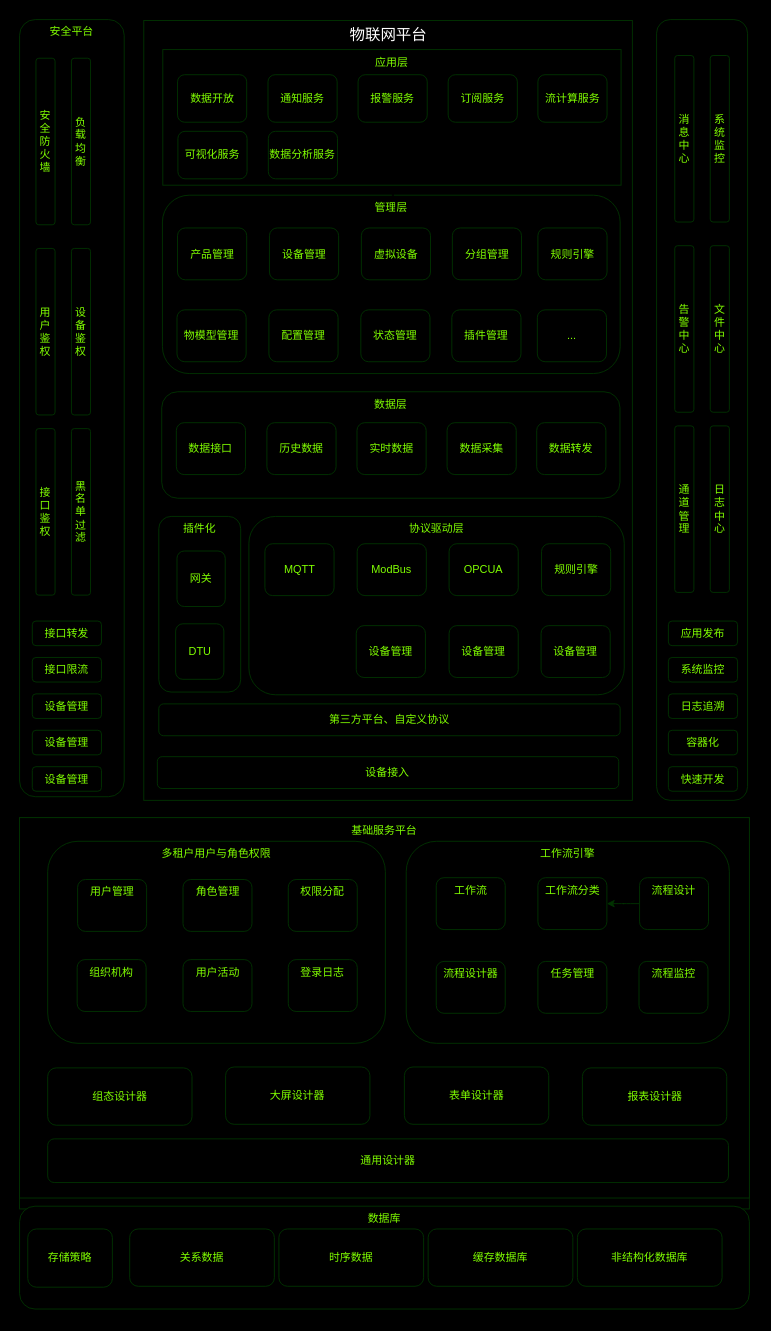
Earlier version of the draw.io diagram 未命名绘图.drawio (jacobhuang/api-doc). Source tidied: cells renumbered, new cells numbered last; positions are measured from the earlier drawing's top-left corner, leaving out a move shared by most shapes. Both pictures are drawn from the tidied source at 91%, with x=0, y=0 at pixel (19, 19).
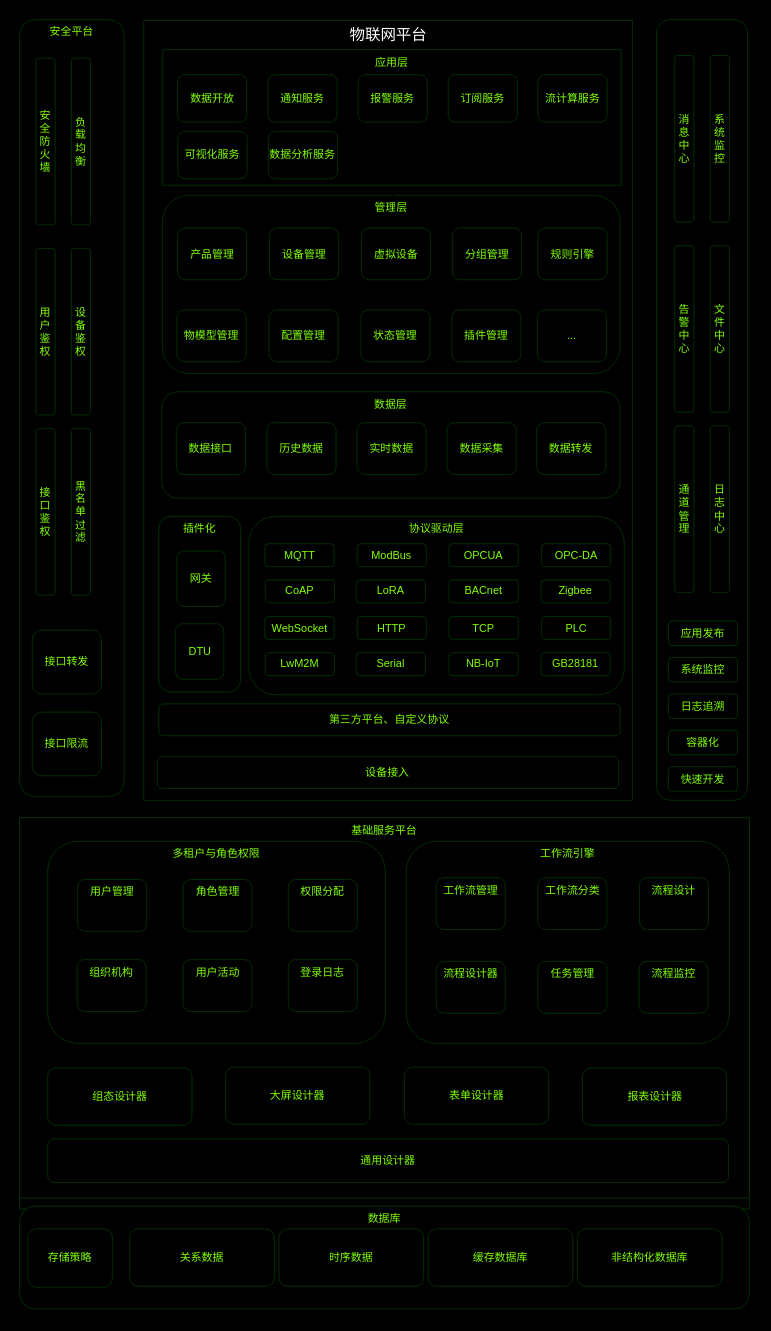
After the change.

Commit message:
物联网平台V1.2.drawio

Unchanged cells that the change refers to:
```xml
<mxCell id="29" style="group;rounded=0;strokeColor=#003300;align=center;verticalAlign=middle;fontFamily=Helvetica;fontSize=12;fontColor=#80FF00;fillColor=#000000;" parent="1" vertex="1">
  <mxGeometry y="877" width="802" height="430" as="geometry" />
</mxCell>
<mxCell id="40" value="工作流分类" style="rounded=1;whiteSpace=wrap;html=1;fillColor=#000000;fontColor=#80FF00;strokeColor=#003300;align=center;verticalAlign=top;fontFamily=Helvetica;fontSize=12;" parent="29" vertex="1">
  <mxGeometry x="569.6" y="66" width="75.8" height="57" as="geometry" />
</mxCell>
<mxCell id="42" value="流程设计" style="rounded=1;whiteSpace=wrap;html=1;fillColor=#000000;fontColor=#80FF00;strokeColor=#003300;align=center;verticalAlign=top;fontFamily=Helvetica;fontSize=12;" parent="29" vertex="1">
  <mxGeometry x="681.3" y="66" width="75.8" height="57" as="geometry" />
</mxCell>
```

Diff of the diagram source:
```diff
@@
-    <mxCell id="21" value="MQTT" style="rounded=1;whiteSpace=wrap;html=1;fillColor=#000000;fontColor=#80FF00;strokeColor=#003300;" parent="1" vertex="1">
-      <mxGeometry x="269.6" y="576" width="76" height="57" as="geometry" />
-    </mxCell>
-    <mxCell id="22" value="ModBus" style="rounded=1;whiteSpace=wrap;html=1;fillColor=#000000;fontColor=#80FF00;strokeColor=#003300;" parent="1" vertex="1">
-      <mxGeometry x="371" y="576" width="76" height="57" as="geometry" />
-    </mxCell>
-    <mxCell id="23" value="OPCUA" style="rounded=1;whiteSpace=wrap;html=1;fillColor=#000000;fontColor=#80FF00;strokeColor=#003300;" parent="1" vertex="1">
-      <mxGeometry x="472" y="576" width="76" height="57" as="geometry" />
-    </mxCell>
     <mxCell id="24" value="接口转发" style="rounded=1;whiteSpace=wrap;html=1;fillColor=#000000;fontColor=#80FF00;strokeColor=#003300;" parent="1" vertex="1">
-      <mxGeometry x="14" y="661" width="76" height="27" as="geometry" />
+      <mxGeometry x="14" y="671" width="76" height="70" as="geometry" />
     </mxCell>
-    <mxCell id="25" value="设备管理" style="rounded=1;whiteSpace=wrap;html=1;fillColor=#000000;fontColor=#80FF00;strokeColor=#003300;" parent="1" vertex="1">
-      <mxGeometry x="370" y="666" width="76" height="57" as="geometry" />
-    </mxCell>
-    <mxCell id="26" value="设备管理" style="rounded=1;whiteSpace=wrap;html=1;fillColor=#000000;fontColor=#80FF00;strokeColor=#003300;" parent="1" vertex="1">
-      <mxGeometry x="472" y="666" width="76" height="57" as="geometry" />
-    </mxCell>
-    <mxCell id="27" value="规则引擎" style="rounded=1;whiteSpace=wrap;html=1;fillColor=#000000;fontColor=#80FF00;strokeColor=#003300;" parent="1" vertex="1">
-      <mxGeometry x="573.6" y="576" width="76" height="57" as="geometry" />
-    </mxCell>
-    <mxCell id="28" value="设备管理" style="rounded=1;whiteSpace=wrap;html=1;fillColor=#000000;fontColor=#80FF00;strokeColor=#003300;" parent="1" vertex="1">
-      <mxGeometry x="573.1" y="666" width="76" height="57" as="geometry" />
-    </mxCell>
@@
-    <mxCell id="31" value="多租户用户与角色权限" style="rounded=1;whiteSpace=wrap;html=1;fillColor=#000000;fontColor=#80FF00;strokeColor=#003300;glass=0;shadow=1;verticalAlign=top;align=center;fontFamily=Helvetica;fontSize=12;" parent="29" vertex="1">
+    <mxCell id="31" value="多租户与角色权限" style="rounded=1;whiteSpace=wrap;html=1;fillColor=#000000;fontColor=#80FF00;strokeColor=#003300;glass=0;shadow=1;verticalAlign=top;align=center;fontFamily=Helvetica;fontSize=12;" parent="29" vertex="1">
       <mxGeometry x="30.9" y="26" width="371.1" height="222" as="geometry" />
     </mxCell>
@@
-    <mxCell id="39" value="工作流" style="rounded=1;whiteSpace=wrap;html=1;fillColor=#000000;fontColor=#80FF00;strokeColor=#003300;align=center;verticalAlign=top;fontFamily=Helvetica;fontSize=12;" parent="29" vertex="1">
+    <mxCell id="39" value="工作流管理" style="rounded=1;whiteSpace=wrap;html=1;fillColor=#000000;fontColor=#80FF00;strokeColor=#003300;align=center;verticalAlign=top;fontFamily=Helvetica;fontSize=12;" parent="29" vertex="1">
       <mxGeometry x="457.9" y="66" width="75.8" height="57" as="geometry" />
     </mxCell>
@@
-    <mxCell id="41" style="edgeStyle=orthogonalEdgeStyle;rounded=1;jettySize=auto;html=1;strokeColor=#003300;align=center;verticalAlign=top;fontFamily=Helvetica;fontSize=12;fontColor=#80FF00;fillColor=#000000;" parent="29" edge="1" source="42" target="40">
-      <mxGeometry relative="1" as="geometry" />
-    </mxCell>
@@
     <mxCell id="75" value="接口限流" style="rounded=1;whiteSpace=wrap;html=1;fillColor=#000000;fontColor=#80FF00;strokeColor=#003300;" parent="1" vertex="1">
-      <mxGeometry x="14" y="701" width="76" height="27" as="geometry" />
+      <mxGeometry x="14" y="761" width="76" height="70" as="geometry" />
     </mxCell>
-    <mxCell id="76" value="设备管理" style="rounded=1;whiteSpace=wrap;html=1;fillColor=#000000;fontColor=#80FF00;strokeColor=#003300;" parent="1" vertex="1">
-      <mxGeometry x="14" y="741" width="76" height="27" as="geometry" />
-    </mxCell>
-    <mxCell id="77" value="设备管理" style="rounded=1;whiteSpace=wrap;html=1;fillColor=#000000;fontColor=#80FF00;strokeColor=#003300;" parent="1" vertex="1">
-      <mxGeometry x="14" y="781" width="76" height="27" as="geometry" />
-    </mxCell>
-    <mxCell id="78" value="设备管理" style="rounded=1;whiteSpace=wrap;html=1;fillColor=#000000;fontColor=#80FF00;strokeColor=#003300;" parent="1" vertex="1">
-      <mxGeometry x="14" y="821" width="76" height="27" as="geometry" />
-    </mxCell>
@@
-    <mxCell id="92" value="数据层" style="rounded=1;whiteSpace=wrap;html=1;fillColor=#000000;strokeColor=#003300;gradientColor=none;fontColor=#80FF00;verticalAlign=top;align=center;shadow=1;glass=0;fontFamily=Helvetica;fontSize=12;" parent="1" vertex="1">
+    <mxCell id="92" value="数据层" style="rounded=1;whiteSpace=wrap;html=1;fillColor=#000000;strokeColor=#003300;fontColor=#80FF00;verticalAlign=top;align=center;shadow=1;glass=0;fontFamily=Helvetica;fontSize=12;" parent="1" vertex="1">
       <mxGeometry x="156.2" y="409" width="503.6" height="117" as="geometry" />
     </mxCell>
@@
+    <mxCell id="98" style="group;" parent="1" vertex="1">
+      <mxGeometry x="269.6" y="576" width="380.1" height="65" as="geometry" />
+    </mxCell>
+    <mxCell id="21" value="MQTT" style="rounded=1;whiteSpace=wrap;html=1;fillColor=#000000;fontColor=#80FF00;strokeColor=#003300;" parent="98" vertex="1">
+      <mxGeometry width="76" height="25.2" as="geometry" />
+    </mxCell>
+    <mxCell id="22" value="ModBus" style="rounded=1;whiteSpace=wrap;html=1;fillColor=#000000;fontColor=#80FF00;strokeColor=#003300;" parent="98" vertex="1">
+      <mxGeometry x="101.4" width="76" height="25.2" as="geometry" />
+    </mxCell>
+    <mxCell id="23" value="OPCUA" style="rounded=1;whiteSpace=wrap;html=1;fillColor=#000000;fontColor=#80FF00;strokeColor=#003300;" parent="98" vertex="1">
+      <mxGeometry x="202.4" width="76" height="25.2" as="geometry" />
+    </mxCell>
+    <mxCell id="25" value="LoRA" style="rounded=1;whiteSpace=wrap;html=1;fillColor=#000000;fontColor=#80FF00;strokeColor=#003300;" parent="98" vertex="1">
+      <mxGeometry x="100.4" y="39.8" width="76" height="25.2" as="geometry" />
+    </mxCell>
+    <mxCell id="26" value="BACnet" style="rounded=1;whiteSpace=wrap;html=1;fillColor=#000000;fontColor=#80FF00;strokeColor=#003300;" parent="98" vertex="1">
+      <mxGeometry x="202.4" y="39.8" width="76" height="25.2" as="geometry" />
+    </mxCell>
+    <mxCell id="27" value="OPC-DA" style="rounded=1;whiteSpace=wrap;html=1;fillColor=#000000;fontColor=#80FF00;strokeColor=#003300;" parent="98" vertex="1">
+      <mxGeometry x="304.1" width="76" height="25.2" as="geometry" />
+    </mxCell>
+    <mxCell id="28" value="Zigbee" style="rounded=1;whiteSpace=wrap;html=1;fillColor=#000000;fontColor=#80FF00;strokeColor=#003300;" parent="98" vertex="1">
+      <mxGeometry x="303.5" y="39.8" width="76" height="25.2" as="geometry" />
+    </mxCell>
+    <mxCell id="99" value="CoAP" style="rounded=1;whiteSpace=wrap;html=1;fillColor=#000000;fontColor=#80FF00;strokeColor=#003300;" parent="98" vertex="1">
+      <mxGeometry x="0.4" y="39.8" width="76" height="25.2" as="geometry" />
+    </mxCell>
+    <mxCell id="100" style="group;" parent="1" vertex="1">
+      <mxGeometry x="269.6" y="656" width="380.1" height="65" as="geometry" />
+    </mxCell>
+    <mxCell id="101" value="WebSocket" style="rounded=1;whiteSpace=wrap;html=1;fillColor=#000000;fontColor=#80FF00;strokeColor=#003300;" parent="100" vertex="1">
+      <mxGeometry width="76" height="25.2" as="geometry" />
+    </mxCell>
+    <mxCell id="102" value="HTTP" style="rounded=1;whiteSpace=wrap;html=1;fillColor=#000000;fontColor=#80FF00;strokeColor=#003300;" parent="100" vertex="1">
+      <mxGeometry x="101.4" width="76" height="25.2" as="geometry" />
+    </mxCell>
+    <mxCell id="103" value="TCP" style="rounded=1;whiteSpace=wrap;html=1;fillColor=#000000;fontColor=#80FF00;strokeColor=#003300;" parent="100" vertex="1">
+      <mxGeometry x="202.4" width="76" height="25" as="geometry" />
+    </mxCell>
+    <mxCell id="104" value="Serial" style="rounded=1;whiteSpace=wrap;html=1;fillColor=#000000;fontColor=#80FF00;strokeColor=#003300;" parent="100" vertex="1">
+      <mxGeometry x="100.4" y="39.8" width="76" height="25.2" as="geometry" />
+    </mxCell>
+    <mxCell id="105" value="NB-IoT" style="rounded=1;whiteSpace=wrap;html=1;fillColor=#000000;fontColor=#80FF00;strokeColor=#003300;" parent="100" vertex="1">
+      <mxGeometry x="202.4" y="39.8" width="76" height="25.2" as="geometry" />
+    </mxCell>
+    <mxCell id="106" value="PLC" style="rounded=1;whiteSpace=wrap;html=1;fillColor=#000000;fontColor=#80FF00;strokeColor=#003300;" parent="100" vertex="1">
+      <mxGeometry x="304.1" width="76" height="25.2" as="geometry" />
+    </mxCell>
+    <mxCell id="107" value="GB28181" style="rounded=1;whiteSpace=wrap;html=1;fillColor=#000000;fontColor=#80FF00;strokeColor=#003300;" parent="100" vertex="1">
+      <mxGeometry x="303.5" y="39.8" width="76" height="25.2" as="geometry" />
+    </mxCell>
+    <mxCell id="108" value="LwM2M" style="rounded=1;whiteSpace=wrap;html=1;fillColor=#000000;fontColor=#80FF00;strokeColor=#003300;" parent="100" vertex="1">
+      <mxGeometry x="0.4" y="39.8" width="76" height="25.2" as="geometry" />
+    </mxCell>
```
